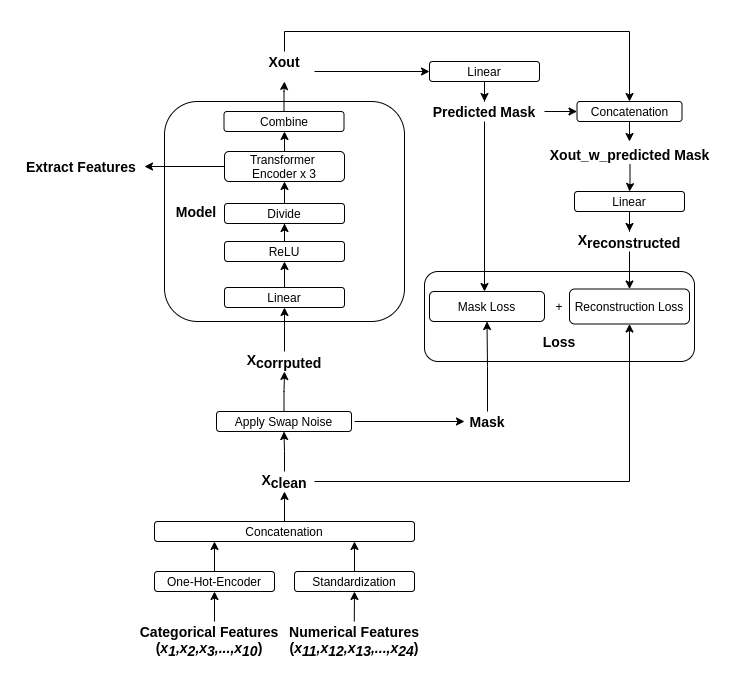
Before: assets/diagram.png, a diagram exported from draw.io (ryancheunggit/Denoise-Transformer-AutoEncoder). Source tidied: cells renumbered, new cells last; positions are measured from the earlier drawing's top-left corner, leaving out a move shared by most shapes.
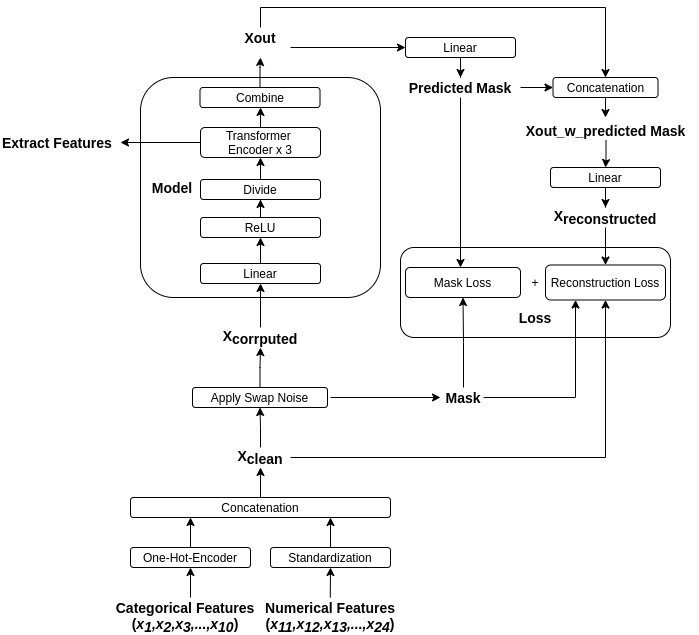
Above is the later version.

Change to the diagram source:
```diff
@@ -115,6 +115,9 @@
     <mxCell id="32" style="edgeStyle=orthogonalEdgeStyle;rounded=0;jettySize=auto;html=1;entryX=0.5;entryY=1;entryDx=0;entryDy=0;" parent="1" edge="1" source="33" target="43">
       <mxGeometry relative="1" as="geometry" />
     </mxCell>
+    <mxCell id="59" style="edgeStyle=orthogonalEdgeStyle;rounded=0;jettySize=auto;html=1;entryX=0.25;entryY=1;entryDx=0;entryDy=0;" parent="1" edge="1" source="33" target="45">
+      <mxGeometry relative="1" as="geometry" />
+    </mxCell>
     <mxCell id="33" value="Mask" style="text;html=1;strokeColor=none;fillColor=none;align=center;verticalAlign=middle;whiteSpace=wrap;rounded=0;fontSize=14;fontStyle=1;" parent="1" vertex="1">
       <mxGeometry x="443" y="380" width="40" height="20" as="geometry" />
     </mxCell>
```
